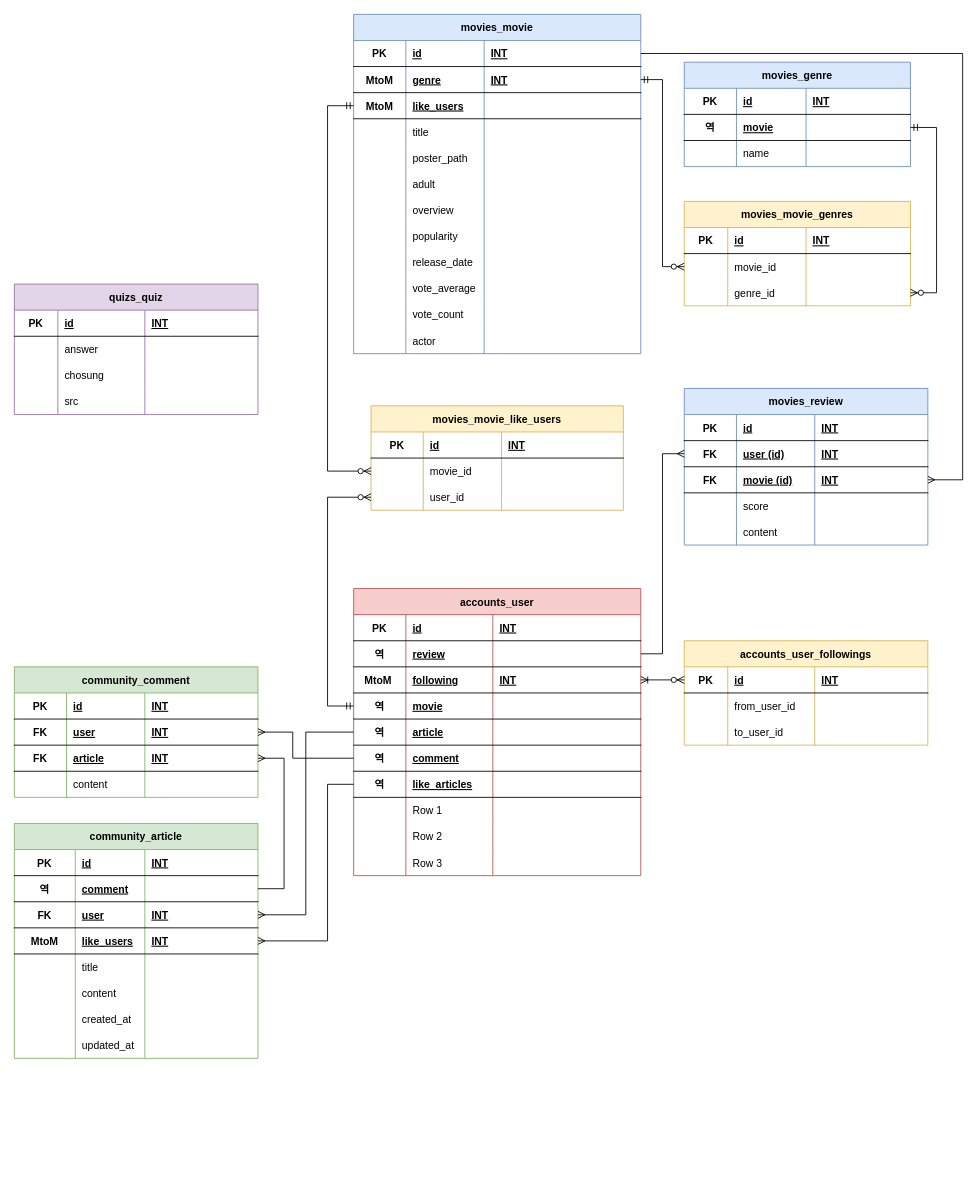
Above: 제목 없는 다이어그램.drawio in myonjin/online (draw.io), before the change. Source tidied: cells renumbered, new cells numbered last; positions are measured from the earlier drawing's top-left corner, leaving out a move shared by most shapes. Both pictures are drawn from the tidied source at 87%, with x=0, y=0 at pixel (14, 14).
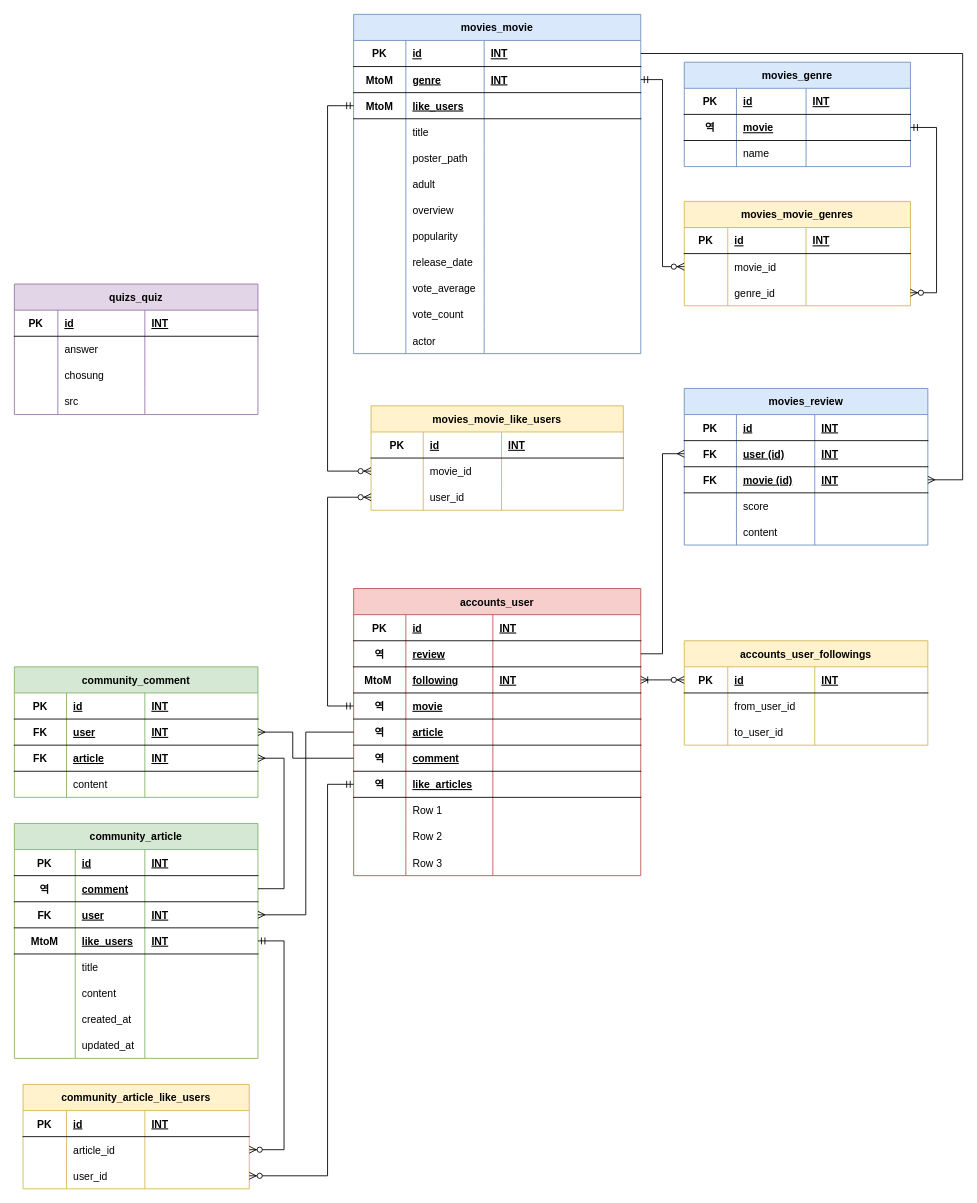
The same page after the edit.

Commit message (it also covers changes not shown here):
제목 없는 다이어그램.drawio 업데이트

The change refers to these unchanged cells:
```xml
<mxCell id="123" style="shape=tableRow;horizontal=0;startSize=0;swimlaneHead=0;swimlaneBody=0;fillColor=none;points=[[0,0.5],[1,0.5]];portConstraint=eastwest;top=0;left=0;right=0;bottom=1;" parent="98" vertex="1">
  <mxGeometry y="210" width="330" height="30" as="geometry" />
</mxCell>
<mxCell id="184" style="shape=tableRow;horizontal=0;startSize=0;swimlaneHead=0;swimlaneBody=0;fillColor=none;points=[[0,0.5],[1,0.5]];portConstraint=eastwest;top=0;left=0;right=0;bottom=1;" parent="171" vertex="1">
  <mxGeometry y="120" width="280" height="30" as="geometry" />
</mxCell>
```

Change to the diagram source:
```diff
@@
-    <mxCell id="223" style="edgeStyle=orthogonalEdgeStyle;fontSize=12;html=1;endArrow=ERmany;rounded=0;exitX=0;exitY=0.5;exitDx=0;exitDy=0;entryX=1;entryY=0.5;entryDx=0;entryDy=0;" parent="1" edge="1" source="123" target="184">
-      <mxGeometry relative="1" as="geometry">
-        <Array as="points">
-          <mxPoint x="360" y="885" />
-          <mxPoint x="360" y="1065" />
-        </Array>
-      </mxGeometry>
-    </mxCell>
@@
+    <mxCell id="243" value="community_article_like_users" style="shape=table;startSize=30;childLayout=tableLayout;rowLines=0;fontStyle=1;align=center;fillColor=#fff2cc;strokeColor=#d6b656;" parent="1" vertex="1">
+      <mxGeometry x="10" y="1230" width="260" height="120" as="geometry" />
+    </mxCell>
+    <mxCell id="244" style="shape=tableRow;horizontal=0;startSize=0;swimlaneHead=0;swimlaneBody=0;fillColor=none;top=0;left=0;right=0;bottom=1;" parent="243" vertex="1">
+      <mxGeometry y="30" width="260" height="30" as="geometry" />
+    </mxCell>
+    <mxCell id="245" value="PK" style="shape=partialRectangle;fillColor=none;top=0;left=0;bottom=0;right=0;fontStyle=1;overflow=hidden;" parent="244" vertex="1">
+      <mxGeometry width="50" height="30" as="geometry" />
+    </mxCell>
+    <mxCell id="246" value="id" style="shape=partialRectangle;fillColor=none;top=0;left=0;bottom=0;right=0;align=left;spacingLeft=6;fontStyle=5;overflow=hidden;" parent="244" vertex="1">
+      <mxGeometry x="50" width="90" height="30" as="geometry" />
+    </mxCell>
+    <mxCell id="247" value="INT" style="shape=partialRectangle;fillColor=none;top=0;left=0;bottom=0;right=0;align=left;spacingLeft=6;fontStyle=5;overflow=hidden;" parent="244" vertex="1">
+      <mxGeometry x="140" width="120" height="30" as="geometry" />
+    </mxCell>
+    <mxCell id="248" style="shape=tableRow;horizontal=0;startSize=0;swimlaneHead=0;swimlaneBody=0;fillColor=none;points=[[0,0.5],[1,0.5]];portConstraint=eastwest;top=0;left=0;right=0;bottom=0;" parent="243" vertex="1">
+      <mxGeometry y="60" width="260" height="30" as="geometry" />
+    </mxCell>
+    <mxCell id="249" style="shape=partialRectangle;fillColor=none;top=0;left=0;bottom=0;right=0;overflow=hidden;" parent="248" vertex="1">
+      <mxGeometry width="50" height="30" as="geometry" />
+    </mxCell>
+    <mxCell id="250" value="article_id" style="shape=partialRectangle;fillColor=none;top=0;left=0;bottom=0;right=0;align=left;spacingLeft=6;overflow=hidden;" parent="248" vertex="1">
+      <mxGeometry x="50" width="90" height="30" as="geometry" />
+    </mxCell>
+    <mxCell id="251" style="shape=partialRectangle;fillColor=none;top=0;left=0;bottom=0;right=0;align=left;spacingLeft=6;overflow=hidden;" parent="248" vertex="1">
+      <mxGeometry x="140" width="120" height="30" as="geometry" />
+    </mxCell>
+    <mxCell id="252" style="shape=tableRow;horizontal=0;startSize=0;swimlaneHead=0;swimlaneBody=0;fillColor=none;points=[[0,0.5],[1,0.5]];portConstraint=eastwest;top=0;left=0;right=0;bottom=0;" parent="243" vertex="1">
+      <mxGeometry y="90" width="260" height="30" as="geometry" />
+    </mxCell>
+    <mxCell id="253" style="shape=partialRectangle;fillColor=none;top=0;left=0;bottom=0;right=0;overflow=hidden;" parent="252" vertex="1">
+      <mxGeometry width="50" height="30" as="geometry" />
+    </mxCell>
+    <mxCell id="254" value="user_id" style="shape=partialRectangle;fillColor=none;top=0;left=0;bottom=0;right=0;align=left;spacingLeft=6;overflow=hidden;" parent="252" vertex="1">
+      <mxGeometry x="50" width="90" height="30" as="geometry" />
+    </mxCell>
+    <mxCell id="255" style="shape=partialRectangle;fillColor=none;top=0;left=0;bottom=0;right=0;align=left;spacingLeft=6;overflow=hidden;" parent="252" vertex="1">
+      <mxGeometry x="140" width="120" height="30" as="geometry" />
+    </mxCell>
+    <mxCell id="256" style="edgeStyle=orthogonalEdgeStyle;fontSize=12;html=1;endArrow=ERzeroToMany;startArrow=ERmandOne;rounded=0;exitX=1;exitY=0.5;exitDx=0;exitDy=0;entryX=1;entryY=0.5;entryDx=0;entryDy=0;" parent="1" edge="1" source="184" target="248">
+      <mxGeometry relative="1" as="geometry">
+        <Array as="points">
+          <mxPoint x="310" y="1065" />
+          <mxPoint x="310" y="1305" />
+        </Array>
+      </mxGeometry>
+    </mxCell>
+    <mxCell id="257" style="edgeStyle=orthogonalEdgeStyle;fontSize=12;html=1;endArrow=ERzeroToMany;startArrow=ERmandOne;rounded=0;exitX=0;exitY=0.5;exitDx=0;exitDy=0;entryX=1;entryY=0.5;entryDx=0;entryDy=0;" parent="1" edge="1" source="123" target="252">
+      <mxGeometry relative="1" as="geometry">
+        <Array as="points">
+          <mxPoint x="360" y="885" />
+          <mxPoint x="360" y="1335" />
+        </Array>
+      </mxGeometry>
+    </mxCell>
```
